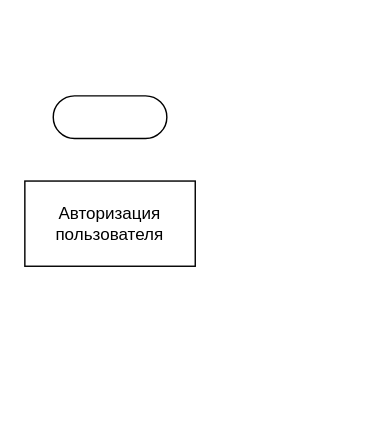
Before: ConsoleApp1/Диаграмма деятельности.drawio in HoveringTurtle/testrep, a draw.io diagram. Source tidied: cells renumbered, new cells numbered last; positions are measured from the earlier drawing's top-left corner, leaving out a move shared by most shapes. Both pictures are drawn from the tidied source at 142%, with x=0, y=0 at pixel (24, 95).
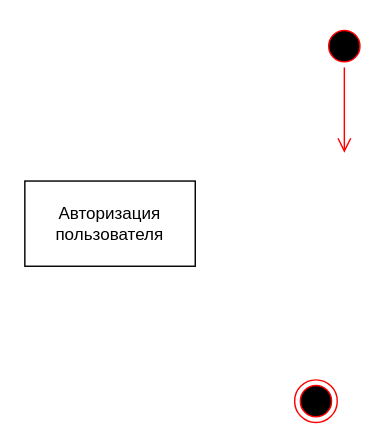
The same diagram, later.

Change to the diagram source:
```diff
@@
 <mxGraphModel>
   <root>
     <mxCell id="0" />
     <mxCell id="1" parent="0" />
-    <mxCell id="2" style="html=1;dashed=0;whiteSpace=wrap;shape=mxgraph.dfd.start;" parent="1" vertex="1">
-      <mxGeometry x="20" width="80" height="30" as="geometry" />
-    </mxCell>
     <mxCell id="3" value="Авторизация пользователя" style="rounded=0;whiteSpace=wrap;html=1;" parent="1" vertex="1">
       <mxGeometry y="60" width="120" height="60" as="geometry" />
     </mxCell>
+    <mxCell id="4" style="ellipse;html=1;shape=startState;fillColor=#000000;strokeColor=#ff0000;" parent="1" vertex="1">
+      <mxGeometry x="210" y="-50" width="30" height="30" as="geometry" />
+    </mxCell>
+    <mxCell id="5" style="edgeStyle=orthogonalEdgeStyle;html=1;verticalAlign=bottom;endArrow=open;endSize=8;strokeColor=#ff0000;rounded=0;" parent="1" edge="1" source="4">
+      <mxGeometry relative="1" as="geometry">
+        <mxPoint x="225" y="40" as="targetPoint" />
+      </mxGeometry>
+    </mxCell>
+    <mxCell id="6" style="ellipse;html=1;shape=endState;fillColor=#000000;strokeColor=#ff0000;" parent="1" vertex="1">
+      <mxGeometry x="190" y="200" width="30" height="30" as="geometry" />
+    </mxCell>
   </root>
 </mxGraphModel>
```
